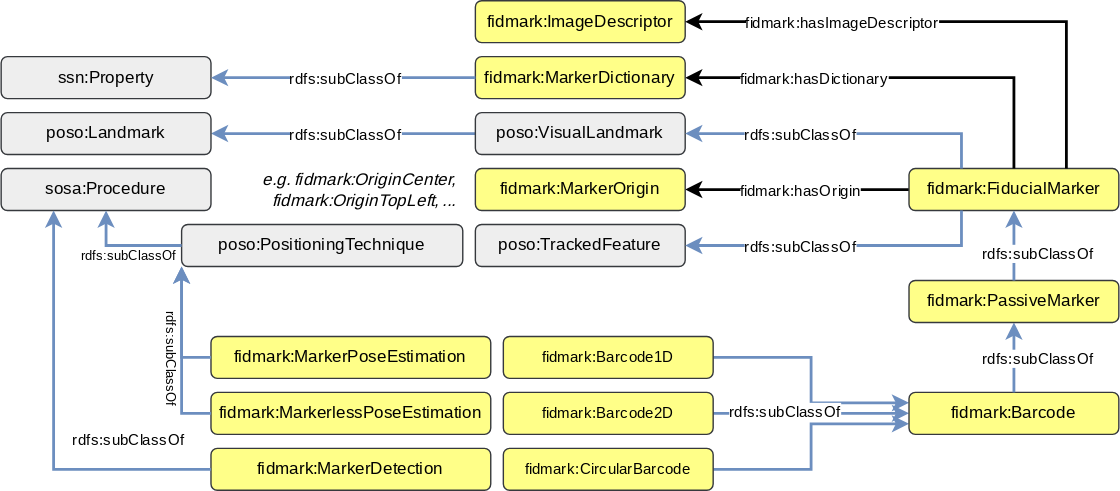
OpenHPS/FidMark keeps this draw.io diagram as docs/images/classes.svg. Above is the earlier version. Source tidied: cells renumbered, new cells last; positions are measured from the earlier drawing's top-left corner, leaving out a move shared by most shapes.
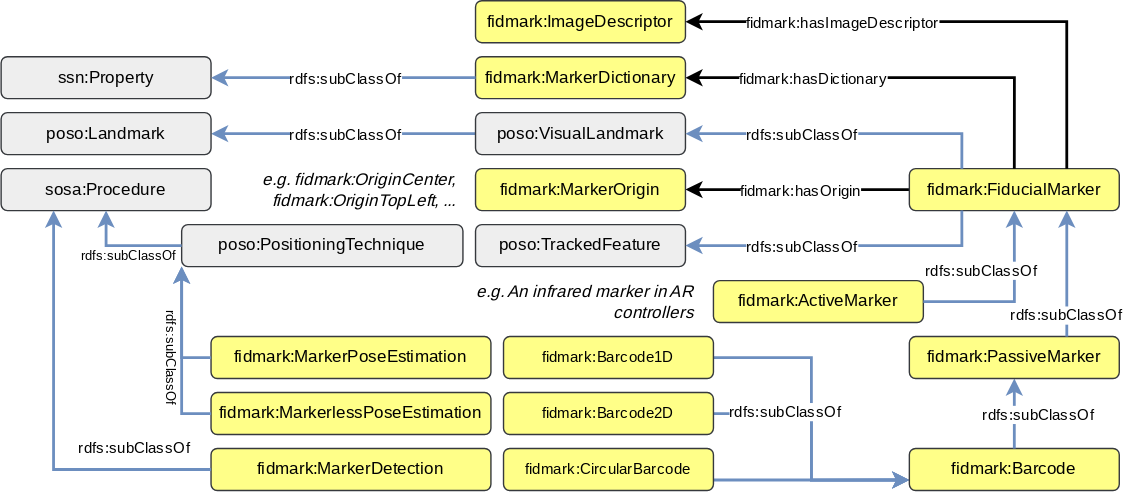
After the commit.

Diff of the diagram source:
```diff
@@ -22,19 +22,19 @@
     <mxCell id="7" value="&lt;span style=&quot;font-weight: 400&quot;&gt;poso:Landmark&lt;/span&gt;" style="rounded=1;whiteSpace=wrap;html=1;fillColor=#eeeeee;strokeColor=#36393d;shadow=0;fontStyle=1;fontFamily=Inconsolata;fontSource=https%3A%2F%2Ffonts.googleapis.com%2Fcss%3Ffamily%3DInconsolata;" parent="1" vertex="1">
       <mxGeometry y="80" width="150" height="30" as="geometry" />
     </mxCell>
-    <mxCell id="8" style="edgeStyle=orthogonalEdgeStyle;rounded=0;jettySize=auto;html=1;entryX=0;entryY=0.25;entryDx=0;entryDy=0;fillColor=#dae8fc;strokeColor=#6c8ebf;strokeWidth=2;" parent="1" edge="1" source="9" target="19">
+    <mxCell id="8" style="edgeStyle=orthogonalEdgeStyle;rounded=0;jettySize=auto;html=1;entryX=0;entryY=0.75;entryDx=0;entryDy=0;fillColor=#dae8fc;strokeColor=#6c8ebf;strokeWidth=2;" parent="1" edge="1" source="9" target="19">
       <mxGeometry relative="1" as="geometry" />
     </mxCell>
     <mxCell id="9" value="&lt;span style=&quot;font-weight: 400; font-size: 11px;&quot;&gt;fidmark:Barcode1D&lt;/span&gt;" style="rounded=1;whiteSpace=wrap;html=1;fillColor=#ffff88;strokeColor=#36393d;shadow=0;fontStyle=1;fontFamily=Inconsolata;fontSource=https%3A%2F%2Ffonts.googleapis.com%2Fcss%3Ffamily%3DInconsolata;fontSize=11;" parent="1" vertex="1">
       <mxGeometry x="359" y="240" width="150" height="30" as="geometry" />
     </mxCell>
-    <mxCell id="10" style="edgeStyle=orthogonalEdgeStyle;rounded=0;jettySize=auto;html=1;entryX=0;entryY=0.5;entryDx=0;entryDy=0;fillColor=#dae8fc;strokeColor=#6c8ebf;strokeWidth=2;" parent="1" edge="1" source="11" target="19">
+    <mxCell id="10" style="edgeStyle=orthogonalEdgeStyle;rounded=0;jettySize=auto;html=1;entryX=0;entryY=0.75;entryDx=0;entryDy=0;fillColor=#dae8fc;strokeColor=#6c8ebf;strokeWidth=2;" parent="1" edge="1" source="11" target="19">
       <mxGeometry relative="1" as="geometry" />
     </mxCell>
     <mxCell id="11" value="&lt;span style=&quot;font-weight: 400; font-size: 11px;&quot;&gt;fidmark:Barcode2D&lt;/span&gt;" style="rounded=1;whiteSpace=wrap;html=1;fillColor=#ffff88;strokeColor=#36393d;shadow=0;fontStyle=1;fontFamily=Inconsolata;fontSource=https%3A%2F%2Ffonts.googleapis.com%2Fcss%3Ffamily%3DInconsolata;fontSize=11;" parent="1" vertex="1">
       <mxGeometry x="359" y="280" width="150" height="30" as="geometry" />
     </mxCell>
-    <mxCell id="12" style="edgeStyle=orthogonalEdgeStyle;rounded=0;jettySize=auto;html=1;entryX=0;entryY=0.75;entryDx=0;entryDy=0;fillColor=#dae8fc;strokeColor=#6c8ebf;strokeWidth=2;" parent="1" edge="1" source="13" target="19">
+    <mxCell id="12" style="edgeStyle=orthogonalEdgeStyle;rounded=0;jettySize=auto;html=1;entryX=0;entryY=0.75;entryDx=0;entryDy=0;fillColor=#dae8fc;strokeColor=#6c8ebf;strokeWidth=2;exitX=1;exitY=0.75;exitDx=0;exitDy=0;" parent="1" edge="1" source="13" target="19">
       <mxGeometry relative="1" as="geometry" />
     </mxCell>
     <mxCell id="13" value="&lt;span style=&quot;font-weight: 400; font-size: 11px;&quot;&gt;fidmark:CircularBarcode&lt;/span&gt;" style="rounded=1;whiteSpace=wrap;html=1;fillColor=#ffff88;strokeColor=#36393d;shadow=0;fontStyle=1;fontFamily=Inconsolata;fontSource=https%3A%2F%2Ffonts.googleapis.com%2Fcss%3Ffamily%3DInconsolata;fontSize=11;" parent="1" vertex="1">
@@ -60,7 +60,7 @@
       </mxGeometry>
     </mxCell>
     <mxCell id="19" value="&lt;span style=&quot;font-weight: 400;&quot;&gt;fidmark:Barcode&lt;/span&gt;" style="rounded=1;whiteSpace=wrap;html=1;fillColor=#ffff88;strokeColor=#36393d;shadow=0;fontStyle=1;fontFamily=Inconsolata;fontSource=https%3A%2F%2Ffonts.googleapis.com%2Fcss%3Ffamily%3DInconsolata;" parent="1" vertex="1">
-      <mxGeometry x="649" y="280" width="150" height="30" as="geometry" />
+      <mxGeometry x="649" y="320" width="150" height="30" as="geometry" />
     </mxCell>
     <mxCell id="20" style="edgeStyle=orthogonalEdgeStyle;rounded=0;jettySize=auto;html=1;exitX=0.5;exitY=0;exitDx=0;exitDy=0;fontFamily=Inconsolata;fontSource=https%3A%2F%2Ffonts.googleapis.com%2Fcss%3Ffamily%3DInconsolata;fillColor=#dae8fc;strokeColor=#6c8ebf;strokeWidth=2;entryX=0.5;entryY=1;entryDx=0;entryDy=0;" parent="1" edge="1" source="19" target="47">
       <mxGeometry relative="1" as="geometry" />
@@ -152,19 +152,33 @@
     </mxCell>
     <mxCell id="46" value="rdfs:subClassOf" style="edgeLabel;html=1;align=center;verticalAlign=middle;fontFamily=Inconsolata;fontSource=https%3A%2F%2Ffonts.googleapis.com%2Fcss%3Ffamily%3DInconsolata;fontSize=11;" parent="45" vertex="1">
       <mxGeometry x="-0.01" y="2" relative="1" as="geometry">
-        <mxPoint x="55" y="13" as="offset" />
+        <mxPoint x="59" y="19" as="offset" />
       </mxGeometry>
     </mxCell>
     <mxCell id="47" value="&lt;span style=&quot;font-weight: 400;&quot;&gt;fidmark:PassiveMarker&lt;/span&gt;" style="rounded=1;whiteSpace=wrap;html=1;fillColor=#ffff88;strokeColor=#36393d;shadow=0;fontStyle=1;fontFamily=Inconsolata;fontSource=https%3A%2F%2Ffonts.googleapis.com%2Fcss%3Ffamily%3DInconsolata;" parent="1" vertex="1">
-      <mxGeometry x="649" y="200" width="150" height="30" as="geometry" />
+      <mxGeometry x="649" y="240" width="150" height="30" as="geometry" />
     </mxCell>
-    <mxCell id="48" style="edgeStyle=orthogonalEdgeStyle;rounded=0;jettySize=auto;html=1;exitX=0.5;exitY=0;exitDx=0;exitDy=0;fontFamily=Inconsolata;fontSource=https%3A%2F%2Ffonts.googleapis.com%2Fcss%3Ffamily%3DInconsolata;fillColor=#dae8fc;strokeColor=#6c8ebf;strokeWidth=2;entryX=0.5;entryY=1;entryDx=0;entryDy=0;" parent="1" edge="1" source="47" target="6">
+    <mxCell id="48" style="edgeStyle=orthogonalEdgeStyle;rounded=0;jettySize=auto;html=1;exitX=0.75;exitY=0;exitDx=0;exitDy=0;fontFamily=Inconsolata;fontSource=https%3A%2F%2Ffonts.googleapis.com%2Fcss%3Ffamily%3DInconsolata;fillColor=#dae8fc;strokeColor=#6c8ebf;strokeWidth=2;entryX=0.75;entryY=1;entryDx=0;entryDy=0;" parent="1" edge="1" source="47" target="6">
       <mxGeometry relative="1" as="geometry" />
     </mxCell>
     <mxCell id="49" value="rdfs:subClassOf" style="edgeLabel;html=1;align=center;verticalAlign=middle;fontFamily=Inconsolata;fontSource=https%3A%2F%2Ffonts.googleapis.com%2Fcss%3Ffamily%3DInconsolata;" parent="48" vertex="1">
       <mxGeometry x="-0.01" y="2" relative="1" as="geometry">
-        <mxPoint x="18" y="5" as="offset" />
+        <mxPoint x="1" y="29" as="offset" />
       </mxGeometry>
     </mxCell>
+    <mxCell id="50" value="&lt;span style=&quot;font-weight: 400;&quot;&gt;fidmark:ActiveMarker&lt;/span&gt;" style="rounded=1;whiteSpace=wrap;html=1;fillColor=#ffff88;strokeColor=#36393d;shadow=0;fontStyle=1;fontFamily=Inconsolata;fontSource=https%3A%2F%2Ffonts.googleapis.com%2Fcss%3Ffamily%3DInconsolata;" parent="1" vertex="1">
+      <mxGeometry x="509" y="200" width="150" height="30" as="geometry" />
+    </mxCell>
+    <mxCell id="51" style="edgeStyle=orthogonalEdgeStyle;rounded=0;jettySize=auto;html=1;exitX=1;exitY=0.5;exitDx=0;exitDy=0;fontFamily=Inconsolata;fontSource=https%3A%2F%2Ffonts.googleapis.com%2Fcss%3Ffamily%3DInconsolata;fillColor=#dae8fc;strokeColor=#6c8ebf;strokeWidth=2;entryX=0.5;entryY=1;entryDx=0;entryDy=0;" parent="1" edge="1" source="50" target="6">
+      <mxGeometry relative="1" as="geometry" />
+    </mxCell>
+    <mxCell id="52" value="rdfs:subClassOf" style="edgeLabel;html=1;align=center;verticalAlign=middle;fontFamily=Inconsolata;fontSource=https%3A%2F%2Ffonts.googleapis.com%2Fcss%3Ffamily%3DInconsolata;" parent="51" vertex="1">
+      <mxGeometry x="-0.01" y="2" relative="1" as="geometry">
+        <mxPoint x="-23" y="-23" as="offset" />
+      </mxGeometry>
+    </mxCell>
+    <mxCell id="53" value="e.g. An infrared marker in AR controllers" style="text;html=1;strokeColor=none;fillColor=none;align=right;verticalAlign=middle;whiteSpace=wrap;rounded=0;fontStyle=2;fontFamily=Inconsolata;fontSource=https%3A%2F%2Ffonts.googleapis.com%2Fcss%3Ffamily%3DInconsolata;" parent="1" vertex="1">
+      <mxGeometry x="330.5" y="200" width="167" height="30" as="geometry" />
+    </mxCell>
   </root>
 </mxGraphModel>
```
